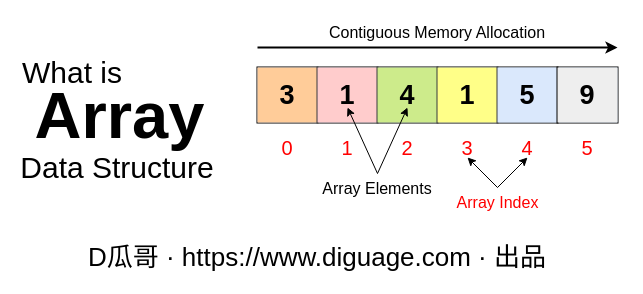
diguage/www.diguage.com keeps this draw.io diagram as page "数组" (7 of 12) of static/diagrams/data-structures.drawio. Above is the earlier version. Source tidied: cells renumbered, new cells numbered last; positions are measured from the earlier drawing's top-left corner, leaving out a move shared by most shapes. Both pictures are drawn from the tidied source at 100%, with x=0, y=0 at pixel (17, 17).
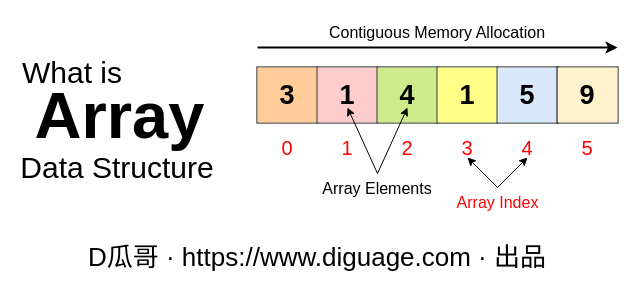
After the change.

The change refers to these unchanged cells:
```xml
<mxCell id="6" style="shape=tableRow;horizontal=0;startSize=0;swimlaneHead=0;swimlaneBody=0;strokeColor=#000000;top=0;left=0;bottom=0;right=0;fillColor=#dae8fc;fontFamily=JetBrains Mono;fontSize=27;fontStyle=1;swimlaneLine=1;strokeWidth=2;labelBorderColor=none;" parent="5" vertex="1">
  <mxGeometry width="360" height="55" as="geometry" />
</mxCell>
```

Diff of the diagram source:
```diff
@@
-    <mxCell id="12" value="9" style="shape=partialRectangle;html=1;whiteSpace=wrap;strokeColor=#36393d;overflow=hidden;fillColor=#eeeeee;top=0;left=0;bottom=0;right=0;fontFamily=JetBrains Mono;fontSize=27;fontStyle=1;swimlaneLine=1;strokeWidth=2;labelBorderColor=none;" parent="6" vertex="1">
+    <mxCell id="12" value="9" style="shape=partialRectangle;html=1;whiteSpace=wrap;overflow=hidden;top=0;left=0;bottom=0;right=0;fontFamily=JetBrains Mono;fontSize=27;fontStyle=1;swimlaneLine=1;strokeWidth=2;labelBorderColor=none;fillColor=#fff2cc;strokeColor=#d6b656;" parent="6" vertex="1">
       <mxGeometry x="300" width="60" height="55" as="geometry" />
     </mxCell>
```
